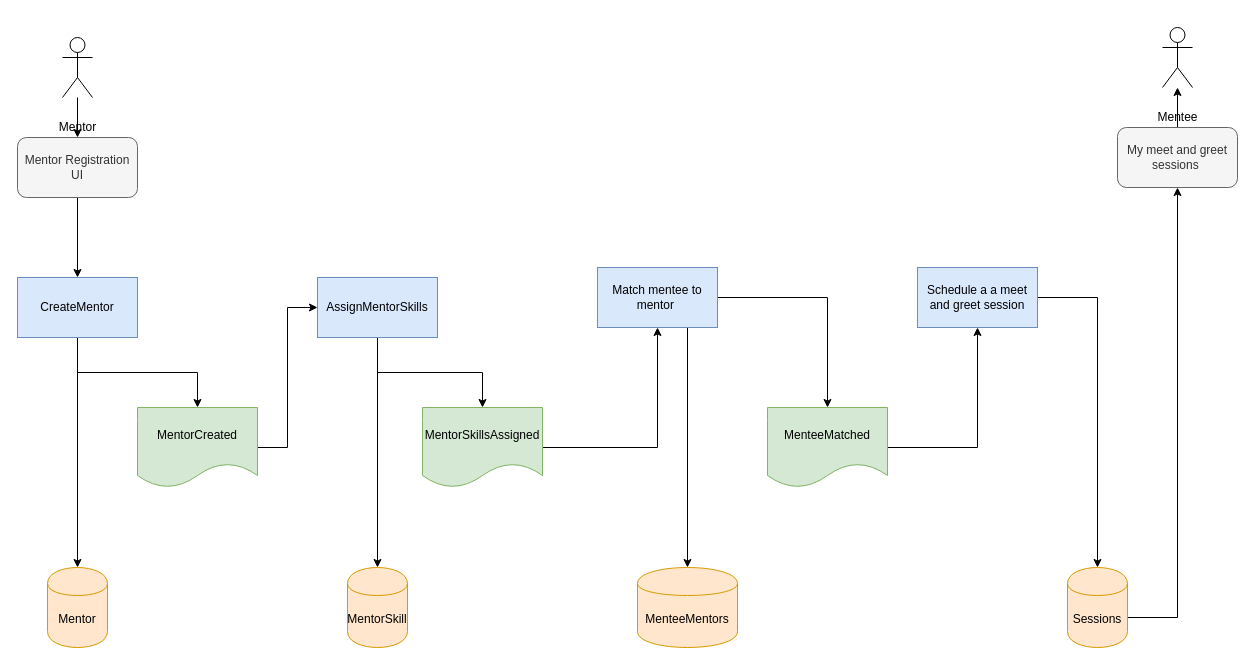
Above: page "Event Model" (6 of 7) of cloudskwela2021/drawings.drawio in marilag/talks (draw.io), before the change. Source tidied: cells renumbered, new cells numbered last; positions are measured from the earlier drawing's top-left corner, leaving out a move shared by most shapes. Both pictures are drawn from the tidied source at 100%, with x=0, y=0 at pixel (17, 27).
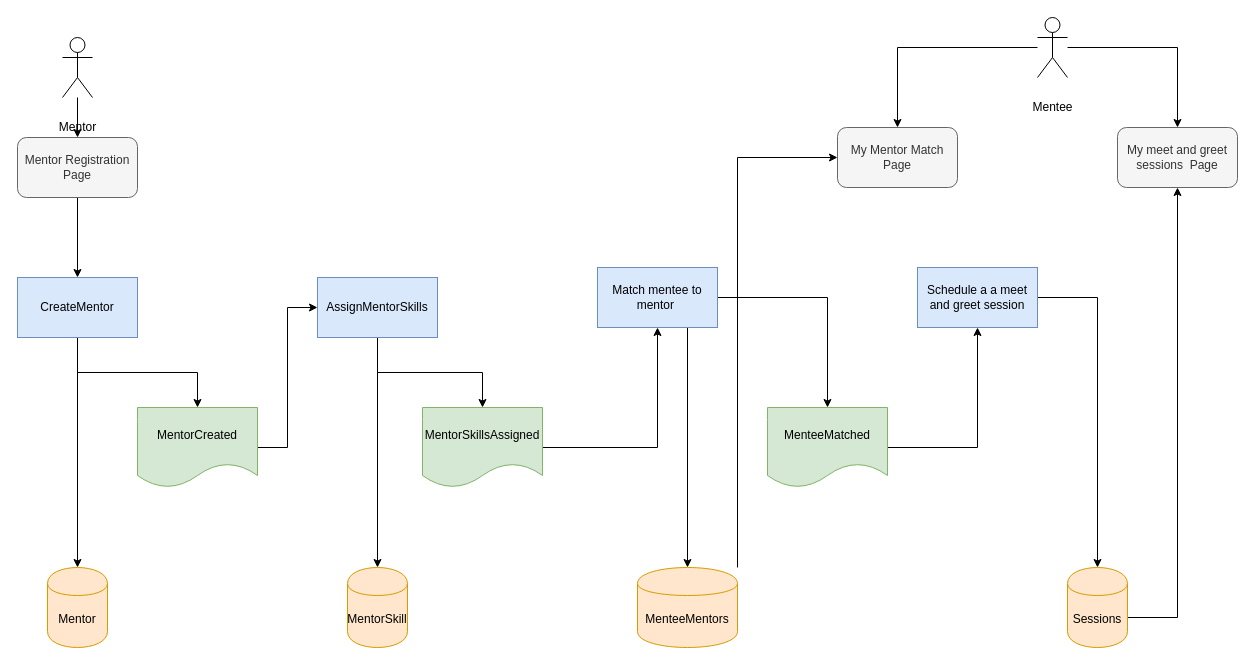
After the change.

Unchanged cells that the change refers to:
```xml
<mxCell id="21" value="MenteeMentors" style="shape=cylinder;whiteSpace=wrap;html=1;boundedLbl=1;backgroundOutline=1;verticalAlign=middle;fillColor=#ffe6cc;strokeColor=#d79b00;" parent="1" vertex="1">
  <mxGeometry x="620" y="540" width="100" height="80" as="geometry" />
</mxCell>
```

The edit, as a diff of the source:
```diff
@@
-    <mxCell id="17" value="Mentor Registration UI" style="rounded=1;whiteSpace=wrap;html=1;verticalAlign=middle;fillColor=#f5f5f5;strokeColor=#666666;fontColor=#333333;" parent="1" vertex="1">
+    <mxCell id="17" value="Mentor Registration Page" style="rounded=1;whiteSpace=wrap;html=1;verticalAlign=middle;fillColor=#f5f5f5;strokeColor=#666666;fontColor=#333333;" parent="1" vertex="1">
       <mxGeometry y="110" width="120" height="60" as="geometry" />
     </mxCell>
@@
+    <mxCell id="31" style="edgeStyle=orthogonalEdgeStyle;rounded=0;jettySize=auto;html=1;entryX=0;entryY=0.5;entryDx=0;entryDy=0;labelBackgroundColor=none;fontSize=18;verticalAlign=middle;" parent="1" edge="1" source="21" target="34">
+      <mxGeometry relative="1" as="geometry">
+        <Array as="points">
+          <mxPoint x="720" y="130" />
+        </Array>
+      </mxGeometry>
+    </mxCell>
@@
-    <mxCell id="28" style="edgeStyle=orthogonalEdgeStyle;rounded=0;jettySize=auto;html=1;verticalAlign=middle;" parent="1" edge="1" source="29" target="30">
-      <mxGeometry relative="1" as="geometry" />
-    </mxCell>
-    <mxCell id="29" value="My meet and greet sessions&amp;nbsp;" style="rounded=1;whiteSpace=wrap;html=1;verticalAlign=middle;fillColor=#f5f5f5;strokeColor=#666666;fontColor=#333333;" parent="1" vertex="1">
+    <mxCell id="29" value="My meet and greet sessions&amp;nbsp; Page" style="rounded=1;whiteSpace=wrap;html=1;verticalAlign=middle;fillColor=#f5f5f5;strokeColor=#666666;fontColor=#333333;" parent="1" vertex="1">
       <mxGeometry x="1100" y="100" width="120" height="60" as="geometry" />
     </mxCell>
+    <mxCell id="32" style="edgeStyle=orthogonalEdgeStyle;rounded=0;jettySize=auto;html=1;entryX=0.5;entryY=0;entryDx=0;entryDy=0;labelBackgroundColor=none;fontSize=18;verticalAlign=middle;" parent="1" edge="1" source="30" target="34">
+      <mxGeometry relative="1" as="geometry" />
+    </mxCell>
+    <mxCell id="33" style="edgeStyle=orthogonalEdgeStyle;rounded=0;jettySize=auto;html=1;entryX=0.5;entryY=0;entryDx=0;entryDy=0;labelBackgroundColor=none;fontSize=18;verticalAlign=middle;" parent="1" edge="1" source="30" target="29">
+      <mxGeometry relative="1" as="geometry" />
+    </mxCell>
     <mxCell id="30" value="Mentee" style="shape=umlActor;verticalLabelPosition=bottom;verticalAlign=middle;html=1;outlineConnect=0;" parent="1" vertex="1">
-      <mxGeometry x="1145" width="30" height="60" as="geometry" />
+      <mxGeometry x="1020" y="-10" width="30" height="60" as="geometry" />
     </mxCell>
+    <mxCell id="34" value="My Mentor Match Page" style="rounded=1;whiteSpace=wrap;html=1;verticalAlign=middle;fillColor=#f5f5f5;strokeColor=#666666;fontColor=#333333;" parent="1" vertex="1">
+      <mxGeometry x="820" y="100" width="120" height="60" as="geometry" />
+    </mxCell>
```
